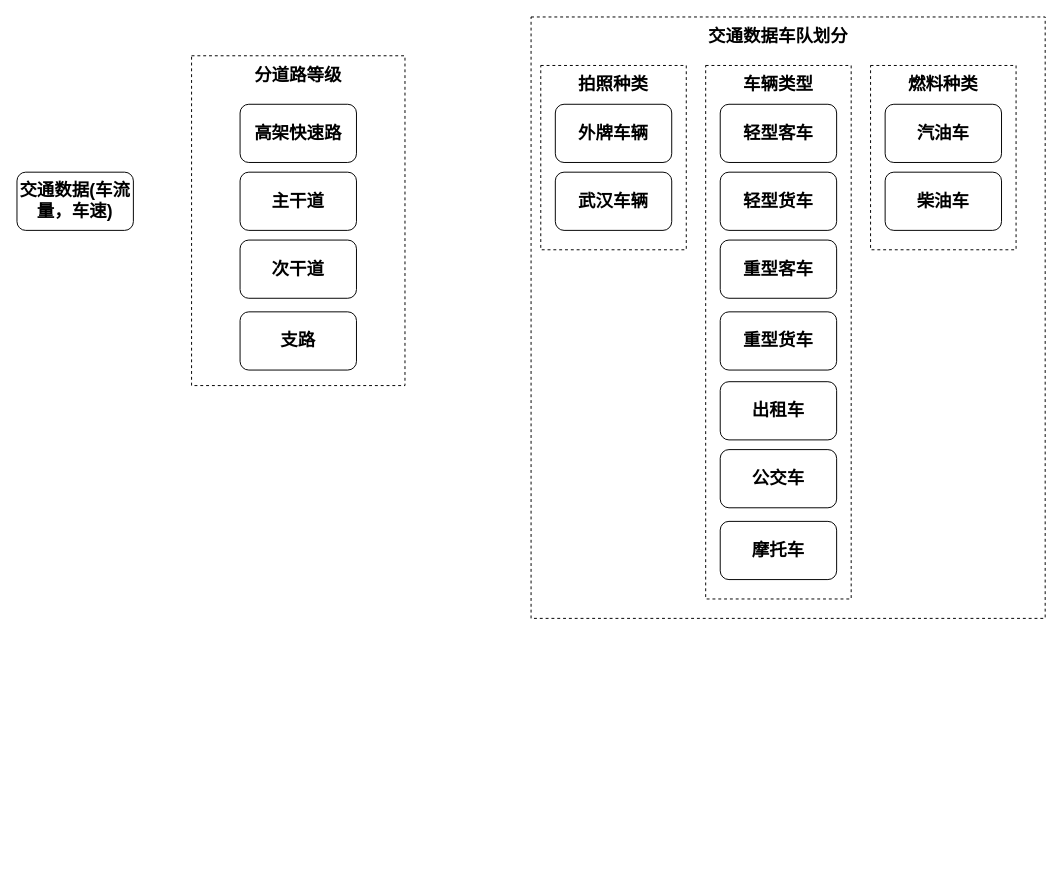
The draw.io diagram IVE数据输入框图.drawio in WienWong/Misc, before the edit. Source tidied: cells renumbered, new cells numbered last; positions are measured from the earlier drawing's top-left corner, leaving out a move shared by most shapes. Both pictures are drawn from the tidied source at 97%, with x=0, y=0 at pixel (16, 16).
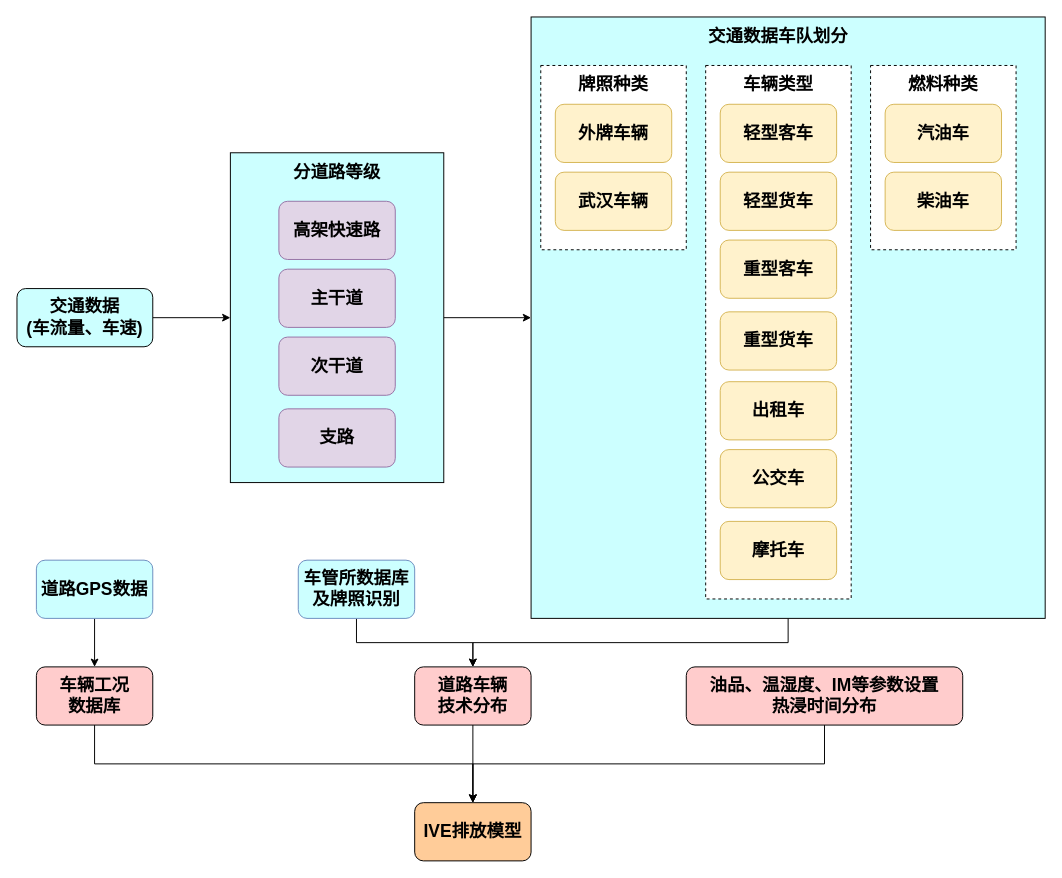
Above is the later version.

Commit message (it also covers changes not shown here):
Update IVE数据输入框图.drawio

The edit, as a diff of the source:
```diff
@@
+    <mxCell id="28" style="edgeStyle=orthogonalEdgeStyle;rounded=0;jettySize=auto;html=1;exitX=1;exitY=0.5;exitDx=0;exitDy=0;" parent="1" edge="1" source="2" target="3">
+      <mxGeometry relative="1" as="geometry" />
+    </mxCell>
-    <mxCell id="2" value="&lt;font style=&quot;font-size: 18px&quot;&gt;&lt;b&gt;交通数据(车流量，车速)&lt;/b&gt;&lt;/font&gt;" style="rounded=1;whiteSpace=wrap;html=1;" parent="1" vertex="1">
-      <mxGeometry y="160" width="120" height="60" as="geometry" />
+    <mxCell id="2" value="&lt;font style=&quot;font-size: 18px&quot;&gt;&lt;b&gt;交通数据&lt;br&gt;(车流量、车速)&lt;/b&gt;&lt;/font&gt;" style="rounded=1;whiteSpace=wrap;html=1;fillColor=#CCFFFF;" parent="1" vertex="1">
+      <mxGeometry y="280" width="140" height="60" as="geometry" />
     </mxCell>
+    <mxCell id="29" style="edgeStyle=orthogonalEdgeStyle;rounded=0;jettySize=auto;html=1;exitX=1;exitY=0.5;exitDx=0;exitDy=0;" parent="1" edge="1" source="3" target="9">
+      <mxGeometry relative="1" as="geometry" />
+    </mxCell>
-    <mxCell id="3" style="rounded=0;whiteSpace=wrap;html=1;dashed=1;" parent="1" vertex="1">
-      <mxGeometry x="180" y="40" width="220" height="340" as="geometry" />
+    <mxCell id="3" style="rounded=0;whiteSpace=wrap;html=1;fillColor=#CCFFFF;" parent="1" vertex="1">
+      <mxGeometry x="220" y="140" width="220" height="340" as="geometry" />
     </mxCell>
-    <mxCell id="4" value="&lt;font style=&quot;font-size: 18px&quot;&gt;&lt;b&gt;高架快速路&lt;/b&gt;&lt;/font&gt;" style="rounded=1;whiteSpace=wrap;html=1;" parent="1" vertex="1">
-      <mxGeometry x="230" y="90" width="120" height="60" as="geometry" />
+    <mxCell id="4" value="&lt;font style=&quot;font-size: 18px&quot;&gt;&lt;b&gt;高架快速路&lt;/b&gt;&lt;/font&gt;" style="rounded=1;whiteSpace=wrap;html=1;fillColor=#e1d5e7;strokeColor=#9673a6;" parent="1" vertex="1">
+      <mxGeometry x="270" y="190" width="120" height="60" as="geometry" />
     </mxCell>
-    <mxCell id="5" value="&lt;font style=&quot;font-size: 18px&quot;&gt;&lt;b&gt;主干道&lt;/b&gt;&lt;/font&gt;" style="rounded=1;whiteSpace=wrap;html=1;" parent="1" vertex="1">
-      <mxGeometry x="230" y="160" width="120" height="60" as="geometry" />
+    <mxCell id="5" value="&lt;font style=&quot;font-size: 18px&quot;&gt;&lt;b&gt;主干道&lt;/b&gt;&lt;/font&gt;" style="rounded=1;whiteSpace=wrap;html=1;fillColor=#e1d5e7;strokeColor=#9673a6;" parent="1" vertex="1">
+      <mxGeometry x="270" y="260" width="120" height="60" as="geometry" />
     </mxCell>
-    <mxCell id="6" value="&lt;font style=&quot;font-size: 18px&quot;&gt;&lt;b&gt;次干道&lt;/b&gt;&lt;/font&gt;" style="rounded=1;whiteSpace=wrap;html=1;" parent="1" vertex="1">
-      <mxGeometry x="230" y="230" width="120" height="60" as="geometry" />
+    <mxCell id="6" value="&lt;font style=&quot;font-size: 18px&quot;&gt;&lt;b&gt;次干道&lt;/b&gt;&lt;/font&gt;" style="rounded=1;whiteSpace=wrap;html=1;fillColor=#e1d5e7;strokeColor=#9673a6;" parent="1" vertex="1">
+      <mxGeometry x="270" y="330" width="120" height="60" as="geometry" />
     </mxCell>
-    <mxCell id="7" value="&lt;font style=&quot;font-size: 18px&quot;&gt;&lt;b&gt;支路&lt;/b&gt;&lt;/font&gt;" style="rounded=1;whiteSpace=wrap;html=1;" parent="1" vertex="1">
-      <mxGeometry x="230" y="304" width="120" height="60" as="geometry" />
+    <mxCell id="7" value="&lt;font style=&quot;font-size: 18px&quot;&gt;&lt;b&gt;支路&lt;/b&gt;&lt;/font&gt;" style="rounded=1;whiteSpace=wrap;html=1;fillColor=#e1d5e7;strokeColor=#9673a6;" parent="1" vertex="1">
+      <mxGeometry x="270" y="404" width="120" height="60" as="geometry" />
     </mxCell>
     <mxCell id="8" value="&lt;font style=&quot;font-size: 18px&quot;&gt;&lt;b&gt;分道路等级&lt;/b&gt;&lt;/font&gt;" style="text;html=1;strokeColor=none;fillColor=none;align=center;verticalAlign=middle;whiteSpace=wrap;rounded=0;" parent="1" vertex="1">
-      <mxGeometry x="235" y="50" width="110" height="20" as="geometry" />
+      <mxGeometry x="275" y="150" width="110" height="20" as="geometry" />
     </mxCell>
+    <mxCell id="30" style="edgeStyle=orthogonalEdgeStyle;rounded=0;jettySize=auto;html=1;exitX=0.5;exitY=1;exitDx=0;exitDy=0;entryX=0.5;entryY=0;entryDx=0;entryDy=0;" parent="1" edge="1" source="9" target="38">
+      <mxGeometry relative="1" as="geometry" />
+    </mxCell>
-    <mxCell id="9" style="rounded=0;whiteSpace=wrap;html=1;dashed=1;" parent="1" vertex="1">
+    <mxCell id="9" style="rounded=0;whiteSpace=wrap;html=1;fillColor=#CCFFFF;" parent="1" vertex="1">
       <mxGeometry x="530" width="530" height="620" as="geometry" />
     </mxCell>
@@
-    <mxCell id="12" value="&lt;font style=&quot;font-size: 18px&quot;&gt;&lt;b&gt;拍照种类&lt;/b&gt;&lt;/font&gt;" style="text;html=1;strokeColor=none;fillColor=none;align=center;verticalAlign=middle;whiteSpace=wrap;rounded=0;" parent="1" vertex="1">
+    <mxCell id="12" value="&lt;font style=&quot;font-size: 18px&quot;&gt;&lt;b&gt;牌照种类&lt;/b&gt;&lt;/font&gt;" style="text;html=1;strokeColor=none;fillColor=none;align=center;verticalAlign=middle;whiteSpace=wrap;rounded=0;" parent="1" vertex="1">
       <mxGeometry x="560" y="60" width="110" height="20" as="geometry" />
     </mxCell>
-    <mxCell id="13" value="&lt;font style=&quot;font-size: 18px&quot;&gt;&lt;b&gt;外牌车辆&lt;/b&gt;&lt;/font&gt;" style="rounded=1;whiteSpace=wrap;html=1;" parent="1" vertex="1">
+    <mxCell id="13" value="&lt;font style=&quot;font-size: 18px&quot;&gt;&lt;b&gt;外牌车辆&lt;/b&gt;&lt;/font&gt;" style="rounded=1;whiteSpace=wrap;html=1;fillColor=#fff2cc;strokeColor=#d6b656;" parent="1" vertex="1">
       <mxGeometry x="555" y="90" width="120" height="60" as="geometry" />
     </mxCell>
-    <mxCell id="14" value="&lt;font style=&quot;font-size: 18px&quot;&gt;&lt;b&gt;武汉车辆&lt;/b&gt;&lt;/font&gt;" style="rounded=1;whiteSpace=wrap;html=1;" parent="1" vertex="1">
+    <mxCell id="14" value="&lt;font style=&quot;font-size: 18px&quot;&gt;&lt;b&gt;武汉车辆&lt;/b&gt;&lt;/font&gt;" style="rounded=1;whiteSpace=wrap;html=1;fillColor=#fff2cc;strokeColor=#d6b656;" parent="1" vertex="1">
       <mxGeometry x="555" y="160" width="120" height="60" as="geometry" />
     </mxCell>
@@
-    <mxCell id="17" value="&lt;font style=&quot;font-size: 18px&quot;&gt;&lt;b&gt;轻型客车&lt;/b&gt;&lt;/font&gt;" style="rounded=1;whiteSpace=wrap;html=1;" parent="1" vertex="1">
+    <mxCell id="17" value="&lt;font style=&quot;font-size: 18px&quot;&gt;&lt;b&gt;轻型客车&lt;/b&gt;&lt;/font&gt;" style="rounded=1;whiteSpace=wrap;html=1;fillColor=#fff2cc;strokeColor=#d6b656;" parent="1" vertex="1">
       <mxGeometry x="725" y="90" width="120" height="60" as="geometry" />
     </mxCell>
-    <mxCell id="18" value="&lt;font style=&quot;font-size: 18px&quot;&gt;&lt;b&gt;轻型货车&lt;/b&gt;&lt;/font&gt;" style="rounded=1;whiteSpace=wrap;html=1;" parent="1" vertex="1">
+    <mxCell id="18" value="&lt;font style=&quot;font-size: 18px&quot;&gt;&lt;b&gt;轻型货车&lt;/b&gt;&lt;/font&gt;" style="rounded=1;whiteSpace=wrap;html=1;fillColor=#fff2cc;strokeColor=#d6b656;" parent="1" vertex="1">
       <mxGeometry x="725" y="160" width="120" height="60" as="geometry" />
     </mxCell>
-    <mxCell id="19" value="&lt;font style=&quot;font-size: 18px&quot;&gt;&lt;b&gt;重型客车&lt;/b&gt;&lt;/font&gt;" style="rounded=1;whiteSpace=wrap;html=1;" parent="1" vertex="1">
+    <mxCell id="19" value="&lt;font style=&quot;font-size: 18px&quot;&gt;&lt;b&gt;重型客车&lt;/b&gt;&lt;/font&gt;" style="rounded=1;whiteSpace=wrap;html=1;fillColor=#fff2cc;strokeColor=#d6b656;" parent="1" vertex="1">
       <mxGeometry x="725" y="230" width="120" height="60" as="geometry" />
     </mxCell>
-    <mxCell id="20" value="&lt;font style=&quot;font-size: 18px&quot;&gt;&lt;b&gt;重型货车&lt;/b&gt;&lt;/font&gt;" style="rounded=1;whiteSpace=wrap;html=1;" parent="1" vertex="1">
+    <mxCell id="20" value="&lt;font style=&quot;font-size: 18px&quot;&gt;&lt;b&gt;重型货车&lt;/b&gt;&lt;/font&gt;" style="rounded=1;whiteSpace=wrap;html=1;fillColor=#fff2cc;strokeColor=#d6b656;" parent="1" vertex="1">
       <mxGeometry x="725" y="304" width="120" height="60" as="geometry" />
     </mxCell>
-    <mxCell id="21" value="&lt;font style=&quot;font-size: 18px&quot;&gt;&lt;b&gt;出租车&lt;/b&gt;&lt;/font&gt;" style="rounded=1;whiteSpace=wrap;html=1;" parent="1" vertex="1">
+    <mxCell id="21" value="&lt;font style=&quot;font-size: 18px&quot;&gt;&lt;b&gt;出租车&lt;/b&gt;&lt;/font&gt;" style="rounded=1;whiteSpace=wrap;html=1;fillColor=#fff2cc;strokeColor=#d6b656;" parent="1" vertex="1">
       <mxGeometry x="725" y="376" width="120" height="60" as="geometry" />
     </mxCell>
-    <mxCell id="22" value="&lt;font style=&quot;font-size: 18px&quot;&gt;&lt;b&gt;公交车&lt;/b&gt;&lt;/font&gt;" style="rounded=1;whiteSpace=wrap;html=1;" parent="1" vertex="1">
+    <mxCell id="22" value="&lt;font style=&quot;font-size: 18px&quot;&gt;&lt;b&gt;公交车&lt;/b&gt;&lt;/font&gt;" style="rounded=1;whiteSpace=wrap;html=1;fillColor=#fff2cc;strokeColor=#d6b656;" parent="1" vertex="1">
       <mxGeometry x="725" y="446" width="120" height="60" as="geometry" />
     </mxCell>
-    <mxCell id="23" value="&lt;font style=&quot;font-size: 18px&quot;&gt;&lt;b&gt;摩托车&lt;/b&gt;&lt;/font&gt;" style="rounded=1;whiteSpace=wrap;html=1;" parent="1" vertex="1">
+    <mxCell id="23" value="&lt;font style=&quot;font-size: 18px&quot;&gt;&lt;b&gt;摩托车&lt;/b&gt;&lt;/font&gt;" style="rounded=1;whiteSpace=wrap;html=1;fillColor=#fff2cc;strokeColor=#d6b656;" parent="1" vertex="1">
       <mxGeometry x="725" y="520" width="120" height="60" as="geometry" />
     </mxCell>
@@
-    <mxCell id="26" value="&lt;font style=&quot;font-size: 18px&quot;&gt;&lt;b&gt;汽油车&lt;/b&gt;&lt;/font&gt;" style="rounded=1;whiteSpace=wrap;html=1;" parent="1" vertex="1">
+    <mxCell id="26" value="&lt;font style=&quot;font-size: 18px&quot;&gt;&lt;b&gt;汽油车&lt;/b&gt;&lt;/font&gt;" style="rounded=1;whiteSpace=wrap;html=1;fillColor=#fff2cc;strokeColor=#d6b656;" parent="1" vertex="1">
       <mxGeometry x="895" y="90" width="120" height="60" as="geometry" />
     </mxCell>
-    <mxCell id="27" value="&lt;font style=&quot;font-size: 18px&quot;&gt;&lt;b&gt;柴油车&lt;/b&gt;&lt;/font&gt;" style="rounded=1;whiteSpace=wrap;html=1;" parent="1" vertex="1">
+    <mxCell id="27" value="&lt;font style=&quot;font-size: 18px&quot;&gt;&lt;b&gt;柴油车&lt;/b&gt;&lt;/font&gt;" style="rounded=1;whiteSpace=wrap;html=1;fillColor=#fff2cc;strokeColor=#d6b656;" parent="1" vertex="1">
       <mxGeometry x="895" y="160" width="120" height="60" as="geometry" />
     </mxCell>
+    <mxCell id="31" style="edgeStyle=orthogonalEdgeStyle;rounded=0;jettySize=auto;html=1;exitX=0.5;exitY=1;exitDx=0;exitDy=0;entryX=0.5;entryY=0;entryDx=0;entryDy=0;" parent="1" edge="1" source="32" target="36">
+      <mxGeometry relative="1" as="geometry" />
+    </mxCell>
+    <mxCell id="32" value="&lt;font style=&quot;font-size: 18px&quot;&gt;&lt;b&gt;道路GPS数据&lt;/b&gt;&lt;/font&gt;" style="rounded=1;whiteSpace=wrap;html=1;strokeColor=#6c8ebf;fillColor=#CCFFFF;" parent="1" vertex="1">
+      <mxGeometry x="20" y="560" width="120" height="60" as="geometry" />
+    </mxCell>
+    <mxCell id="33" style="edgeStyle=orthogonalEdgeStyle;rounded=0;jettySize=auto;html=1;exitX=0.5;exitY=1;exitDx=0;exitDy=0;entryX=0.5;entryY=0;entryDx=0;entryDy=0;" parent="1" edge="1" source="34" target="38">
+      <mxGeometry relative="1" as="geometry" />
+    </mxCell>
+    <mxCell id="34" value="&lt;font style=&quot;font-size: 18px&quot;&gt;&lt;b&gt;车管所数据库及牌照识别&lt;/b&gt;&lt;/font&gt;" style="rounded=1;whiteSpace=wrap;html=1;strokeColor=#6c8ebf;fillColor=#CCFFFF;" parent="1" vertex="1">
+      <mxGeometry x="290" y="560" width="120" height="60" as="geometry" />
+    </mxCell>
+    <mxCell id="35" style="edgeStyle=orthogonalEdgeStyle;rounded=0;jettySize=auto;html=1;exitX=0.5;exitY=1;exitDx=0;exitDy=0;" parent="1" edge="1" source="36" target="41">
+      <mxGeometry relative="1" as="geometry" />
+    </mxCell>
+    <mxCell id="36" value="&lt;font style=&quot;font-size: 18px&quot;&gt;&lt;b&gt;车辆工况&lt;br&gt;数据库&lt;/b&gt;&lt;/font&gt;" style="rounded=1;whiteSpace=wrap;html=1;fillColor=#FFCCCC;" parent="1" vertex="1">
+      <mxGeometry x="20" y="670" width="120" height="60" as="geometry" />
+    </mxCell>
+    <mxCell id="37" style="edgeStyle=orthogonalEdgeStyle;rounded=0;jettySize=auto;html=1;exitX=0.5;exitY=1;exitDx=0;exitDy=0;entryX=0.5;entryY=0;entryDx=0;entryDy=0;" parent="1" edge="1" source="38" target="41">
+      <mxGeometry relative="1" as="geometry" />
+    </mxCell>
+    <mxCell id="38" value="&lt;font style=&quot;font-size: 18px&quot;&gt;&lt;b&gt;道路车辆&lt;br&gt;技术分布&lt;/b&gt;&lt;/font&gt;" style="rounded=1;whiteSpace=wrap;html=1;fillColor=#FFCCCC;" parent="1" vertex="1">
+      <mxGeometry x="410" y="670" width="120" height="60" as="geometry" />
+    </mxCell>
+    <mxCell id="39" style="edgeStyle=orthogonalEdgeStyle;rounded=0;jettySize=auto;html=1;exitX=0.5;exitY=1;exitDx=0;exitDy=0;entryX=0.5;entryY=0;entryDx=0;entryDy=0;" parent="1" edge="1" source="40" target="41">
+      <mxGeometry relative="1" as="geometry" />
+    </mxCell>
+    <mxCell id="40" value="&lt;span style=&quot;font-size: 18px&quot;&gt;&lt;b&gt;油品、温湿度、IM等参数设置&lt;br&gt;热浸时间分布&lt;br&gt;&lt;/b&gt;&lt;/span&gt;" style="rounded=1;whiteSpace=wrap;html=1;fillColor=#FFCCCC;" parent="1" vertex="1">
+      <mxGeometry x="690" y="670" width="285" height="60" as="geometry" />
+    </mxCell>
+    <mxCell id="41" value="&lt;span style=&quot;font-size: 18px&quot;&gt;&lt;b&gt;IVE排放模型&lt;/b&gt;&lt;/span&gt;" style="rounded=1;whiteSpace=wrap;html=1;fillColor=#FFCC99;" parent="1" vertex="1">
+      <mxGeometry x="410" y="810" width="120" height="60" as="geometry" />
+    </mxCell>
```
